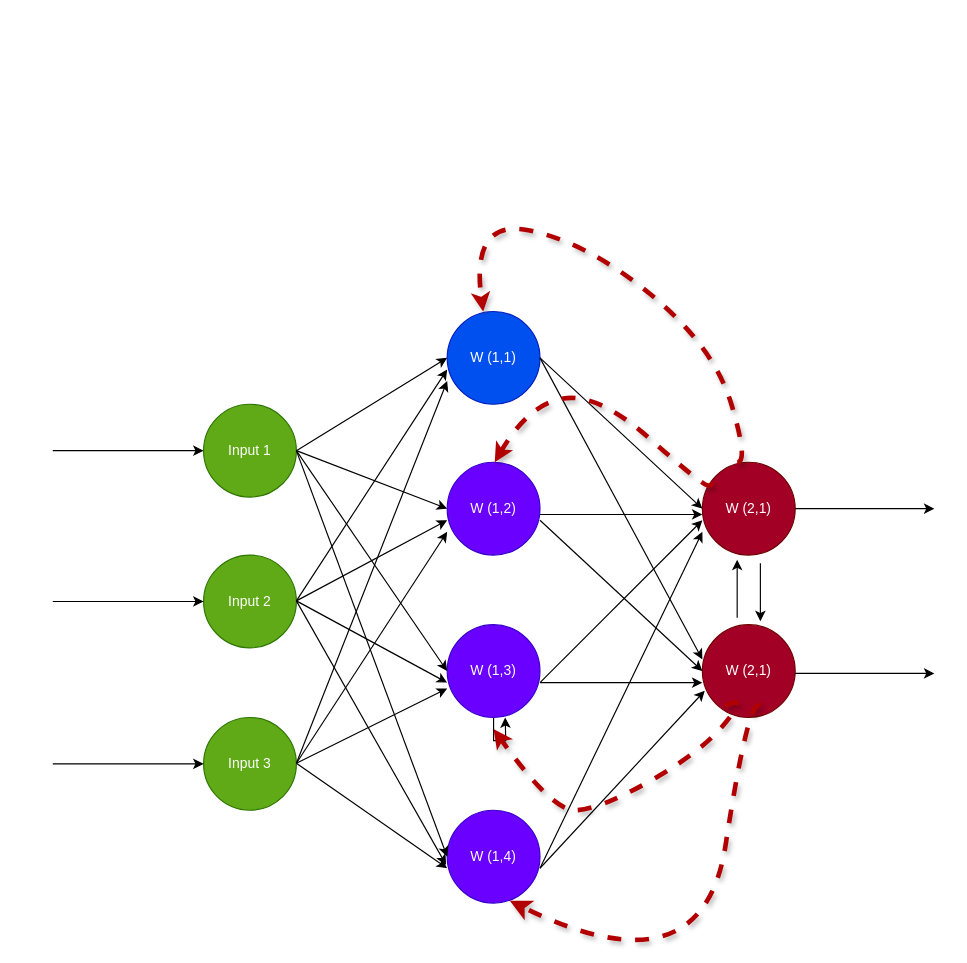
The draw.io diagram ANN1.drawio in Sjbill/Vishal-Deepfake-Dataset, before the edit. Source tidied: cells renumbered, new cells numbered last; positions are measured from the earlier drawing's top-left corner, leaving out a move shared by most shapes. Both pictures are drawn from the tidied source at 116%, with x=0, y=0 at pixel (52, 218).
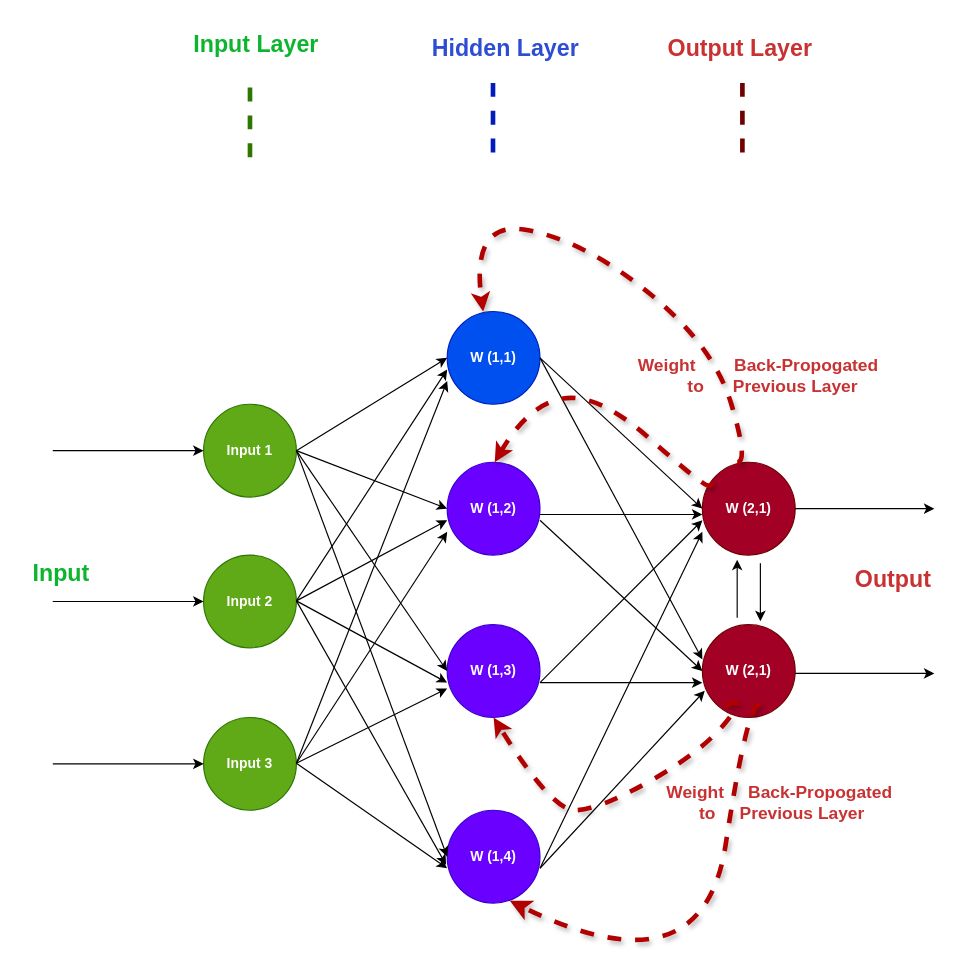
The same page after the edit.

What changed in the source:
```diff
@@
-    <mxCell id="2" value="Input 1" style="ellipse;whiteSpace=wrap;html=1;fillColor=#60a917;fontColor=#ffffff;strokeColor=#2D7600;" parent="1" vertex="1">
+    <mxCell id="2" value="Input 1" style="ellipse;whiteSpace=wrap;html=1;fillColor=#60a917;fontColor=#ffffff;strokeColor=#2D7600;fontStyle=1;" parent="1" vertex="1">
       <mxGeometry x="130" y="160" width="80" height="80" as="geometry" />
     </mxCell>
@@
-    <mxCell id="4" value="Input 2" style="ellipse;whiteSpace=wrap;html=1;fillColor=#60a917;fontColor=#ffffff;strokeColor=#2D7600;" parent="1" vertex="1">
+    <mxCell id="4" value="Input 2" style="ellipse;whiteSpace=wrap;html=1;fillColor=#60a917;fontColor=#ffffff;strokeColor=#2D7600;fontStyle=1;" parent="1" vertex="1">
       <mxGeometry x="130" y="290" width="80" height="80" as="geometry" />
     </mxCell>
@@
-    <mxCell id="6" value="Input 3" style="ellipse;whiteSpace=wrap;html=1;fillColor=#60a917;fontColor=#ffffff;strokeColor=#2D7600;" parent="1" vertex="1">
+    <mxCell id="6" value="Input 3" style="ellipse;whiteSpace=wrap;html=1;fillColor=#60a917;fontColor=#ffffff;strokeColor=#2D7600;fontStyle=1;" parent="1" vertex="1">
       <mxGeometry x="130" y="430" width="80" height="80" as="geometry" />
     </mxCell>
@@
-    <mxCell id="8" value="W (1,1)" style="ellipse;whiteSpace=wrap;html=1;fillColor=#0050ef;fontColor=#ffffff;strokeColor=#001DBC;" parent="1" vertex="1">
+    <mxCell id="8" value="W (1,1)" style="ellipse;whiteSpace=wrap;html=1;fillColor=#0050ef;fontColor=#ffffff;strokeColor=#001DBC;fontStyle=1;" parent="1" vertex="1">
       <mxGeometry x="340" y="80" width="80" height="80" as="geometry" />
     </mxCell>
@@
-    <mxCell id="10" value="W (1,2)" style="ellipse;whiteSpace=wrap;html=1;fillColor=#6a00ff;fontColor=#ffffff;strokeColor=#3700CC;" parent="1" vertex="1">
+    <mxCell id="10" value="W (1,2)" style="ellipse;whiteSpace=wrap;html=1;fillColor=#6a00ff;fontColor=#ffffff;strokeColor=#3700CC;fontStyle=1;" parent="1" vertex="1">
       <mxGeometry x="340" y="210" width="80" height="80" as="geometry" />
     </mxCell>
@@
-    <mxCell id="12" style="edgeStyle=orthogonalEdgeStyle;rounded=0;jettySize=auto;html=1;" parent="1" edge="1" source="13">
-      <mxGeometry relative="1" as="geometry">
-        <mxPoint x="390" y="430" as="targetPoint" />
-      </mxGeometry>
-    </mxCell>
-    <mxCell id="13" value="W (1,3)" style="ellipse;whiteSpace=wrap;html=1;fillColor=#6a00ff;fontColor=#ffffff;strokeColor=#3700CC;" parent="1" vertex="1">
+    <mxCell id="13" value="W (1,3)" style="ellipse;whiteSpace=wrap;html=1;fillColor=#6a00ff;fontColor=#ffffff;strokeColor=#3700CC;fontStyle=1;" parent="1" vertex="1">
       <mxGeometry x="340" y="350" width="80" height="80" as="geometry" />
     </mxCell>
@@
-    <mxCell id="15" value="W (1,4)" style="ellipse;whiteSpace=wrap;html=1;fillColor=#6a00ff;fontColor=#ffffff;strokeColor=#3700CC;" parent="1" vertex="1">
+    <mxCell id="15" value="W (1,4)" style="ellipse;whiteSpace=wrap;html=1;fillColor=#6a00ff;fontColor=#ffffff;strokeColor=#3700CC;fontStyle=1;" parent="1" vertex="1">
       <mxGeometry x="340" y="510" width="80" height="80" as="geometry" />
     </mxCell>
@@
-    <mxCell id="25" value="W (2,1)" style="ellipse;whiteSpace=wrap;html=1;fillColor=#a20025;strokeColor=#6F0000;fontColor=#ffffff;" parent="1" vertex="1">
+    <mxCell id="25" value="W (2,1)" style="ellipse;whiteSpace=wrap;html=1;fillColor=#a20025;strokeColor=#6F0000;fontColor=#ffffff;fontStyle=1;" parent="1" vertex="1">
       <mxGeometry x="560" y="210" width="80" height="80" as="geometry" />
     </mxCell>
-    <mxCell id="26" value="W (2,1)" style="ellipse;whiteSpace=wrap;html=1;fillColor=#a20025;fontColor=#ffffff;strokeColor=#6F0000;" parent="1" vertex="1">
+    <mxCell id="26" value="W (2,1)" style="ellipse;whiteSpace=wrap;html=1;fillColor=#a20025;fontColor=#ffffff;strokeColor=#6F0000;fontStyle=1;" parent="1" vertex="1">
       <mxGeometry x="560" y="350" width="80" height="80" as="geometry" />
     </mxCell>
@@
-    <mxCell id="42" style="curved=1;endArrow=classic;html=1;rounded=0;entryX=0.388;entryY=0;entryDx=0;entryDy=0;entryPerimeter=0;strokeWidth=4;fillColor=#e51400;strokeColor=#B20000;shadow=1;endSize=4;flowAnimation=0;dashed=1;" parent="1" edge="1">
+    <mxCell id="42" style="curved=1;endArrow=classic;html=1;rounded=0;entryX=0.5;entryY=1;entryDx=0;entryDy=0;strokeWidth=4;fillColor=#e51400;strokeColor=#B20000;shadow=1;endSize=4;flowAnimation=0;dashed=1;" parent="1" edge="1" target="13">
       <mxGeometry relative="1" as="geometry">
         <mxPoint x="580" y="420" as="sourcePoint" />
-        <mxPoint x="380" y="440" as="targetPoint" />
         <Array as="points">
           <mxPoint x="600" y="410" />
           <mxPoint x="559" y="460" />
           <mxPoint x="470" y="510" />
           <mxPoint x="430" y="510" />
         </Array>
       </mxGeometry>
     </mxCell>
+    <mxCell id="43" value="&lt;font style=&quot;color: light-dark(rgb(200, 50, 50), rgb(237, 237, 237)); font-size: 20px;&quot;&gt;Output&amp;nbsp;&lt;/font&gt;" style="text;html=1;align=center;verticalAlign=middle;strokeColor=none;fillColor=none;fontStyle=1;strokeWidth=4;" parent="1" vertex="1">
+      <mxGeometry x="682" y="290" width="90" height="40" as="geometry" />
+    </mxCell>
+    <mxCell id="44" value="&lt;font style=&quot;font-size: 20px; color: light-dark(rgb(13, 181, 46), rgb(237, 237, 237));&quot;&gt;Input&lt;/font&gt;" style="text;html=1;align=center;verticalAlign=middle;strokeColor=none;fillColor=none;fontStyle=1;strokeWidth=4;" parent="1" vertex="1">
+      <mxGeometry x="-28" y="285" width="70" height="40" as="geometry" />
+    </mxCell>
+    <mxCell id="45" value="&lt;font style=&quot;font-size: 20px; color: light-dark(rgb(13, 181, 46), rgb(237, 237, 237));&quot;&gt;Input Layer&lt;/font&gt;" style="text;html=1;align=center;verticalAlign=middle;strokeColor=none;fillColor=none;fontStyle=1;strokeWidth=4;" parent="1" vertex="1">
+      <mxGeometry x="115" y="-171" width="120" height="40" as="geometry" />
+    </mxCell>
+    <mxCell id="46" value="&lt;font style=&quot;font-size: 20px; color: light-dark(rgb(45, 78, 210), rgb(237, 237, 237));&quot;&gt;Hidden Layer&lt;/font&gt;" style="text;html=1;align=center;verticalAlign=middle;strokeColor=none;fillColor=none;fontStyle=1;strokeWidth=4;" parent="1" vertex="1">
+      <mxGeometry x="320" y="-168" width="140" height="40" as="geometry" />
+    </mxCell>
+    <mxCell id="47" value="&lt;font style=&quot;color: light-dark(rgb(200, 50, 50), rgb(237, 237, 237)); font-size: 20px;&quot;&gt;Output Layer&amp;nbsp;&lt;/font&gt;" style="text;html=1;align=center;verticalAlign=middle;strokeColor=none;fillColor=none;fontStyle=1;strokeWidth=4;" parent="1" vertex="1">
+      <mxGeometry x="525" y="-168" width="140" height="40" as="geometry" />
+    </mxCell>
+    <mxCell id="48" style="endArrow=none;dashed=1;html=1;rounded=0;strokeWidth=4;fillColor=#60a917;strokeColor=#2D7600;" parent="1" edge="1">
+      <mxGeometry relative="1" as="geometry">
+        <mxPoint x="170" y="-53" as="sourcePoint" />
+        <mxPoint x="170" y="-124" as="targetPoint" />
+      </mxGeometry>
+    </mxCell>
+    <mxCell id="49" style="endArrow=none;dashed=1;html=1;rounded=0;strokeWidth=4;fillColor=#0050ef;strokeColor=#001DBC;" parent="1" edge="1">
+      <mxGeometry relative="1" as="geometry">
+        <mxPoint x="379.5" y="-57" as="sourcePoint" />
+        <mxPoint x="379.5" y="-128" as="targetPoint" />
+      </mxGeometry>
+    </mxCell>
+    <mxCell id="50" style="endArrow=none;dashed=1;html=1;rounded=0;strokeWidth=4;fillColor=#a20025;strokeColor=#6F0000;" parent="1" edge="1">
+      <mxGeometry relative="1" as="geometry">
+        <mxPoint x="594.5" y="-57" as="sourcePoint" />
+        <mxPoint x="594.5" y="-128" as="targetPoint" />
+      </mxGeometry>
+    </mxCell>
+    <mxCell id="51" value="&lt;font style=&quot;font-size: 15px;&quot; color=&quot;#c83232&quot;&gt;Weight&amp;nbsp; &amp;nbsp; &amp;nbsp; &amp;nbsp; Back-Propogated&amp;nbsp;&lt;/font&gt;&lt;div&gt;&lt;font style=&quot;font-size: 15px;&quot; color=&quot;#c83232&quot;&gt;&amp;nbsp; &amp;nbsp; &amp;nbsp;to&amp;nbsp; &amp;nbsp; &amp;nbsp; Previous Layer&lt;/font&gt;&lt;/div&gt;" style="text;html=1;align=center;verticalAlign=middle;strokeColor=none;fillColor=none;fontStyle=1;strokeWidth=4;" parent="1" vertex="1">
+      <mxGeometry x="500" y="110" width="220" height="50" as="geometry" />
+    </mxCell>
+    <mxCell id="52" value="&lt;font style=&quot;font-size: 15px;&quot; color=&quot;#c83232&quot;&gt;&amp;nbsp; &amp;nbsp; Weight&amp;nbsp; &amp;nbsp; &amp;nbsp;Back-Propogated&amp;nbsp;&lt;/font&gt;&lt;div&gt;&lt;font style=&quot;font-size: 15px;&quot; color=&quot;#c83232&quot;&gt;&amp;nbsp; &amp;nbsp; to&amp;nbsp; &amp;nbsp; &amp;nbsp;Previous Layer&lt;/font&gt;&lt;/div&gt;" style="text;html=1;align=center;verticalAlign=middle;strokeColor=none;fillColor=none;fontStyle=1;strokeWidth=4;" parent="1" vertex="1">
+      <mxGeometry x="505" y="478" width="230" height="50" as="geometry" />
+    </mxCell>
```
